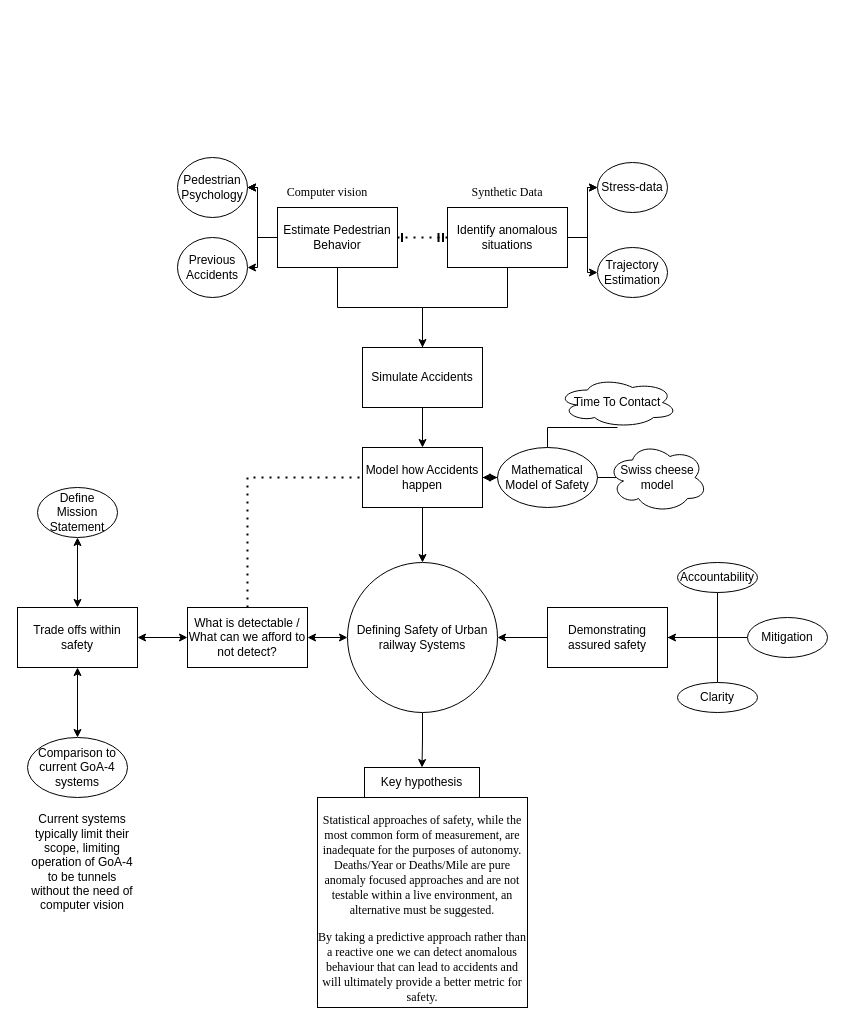
Above: Untitled Diagram.drawio in TortoiseFather/SimpleRailwaySim (draw.io), before the change. Source tidied: cells renumbered, new cells numbered last; positions are measured from the earlier drawing's top-left corner, leaving out a move shared by most shapes. Both pictures are drawn from the tidied source at 100%, with x=0, y=0 at pixel (17, 157).
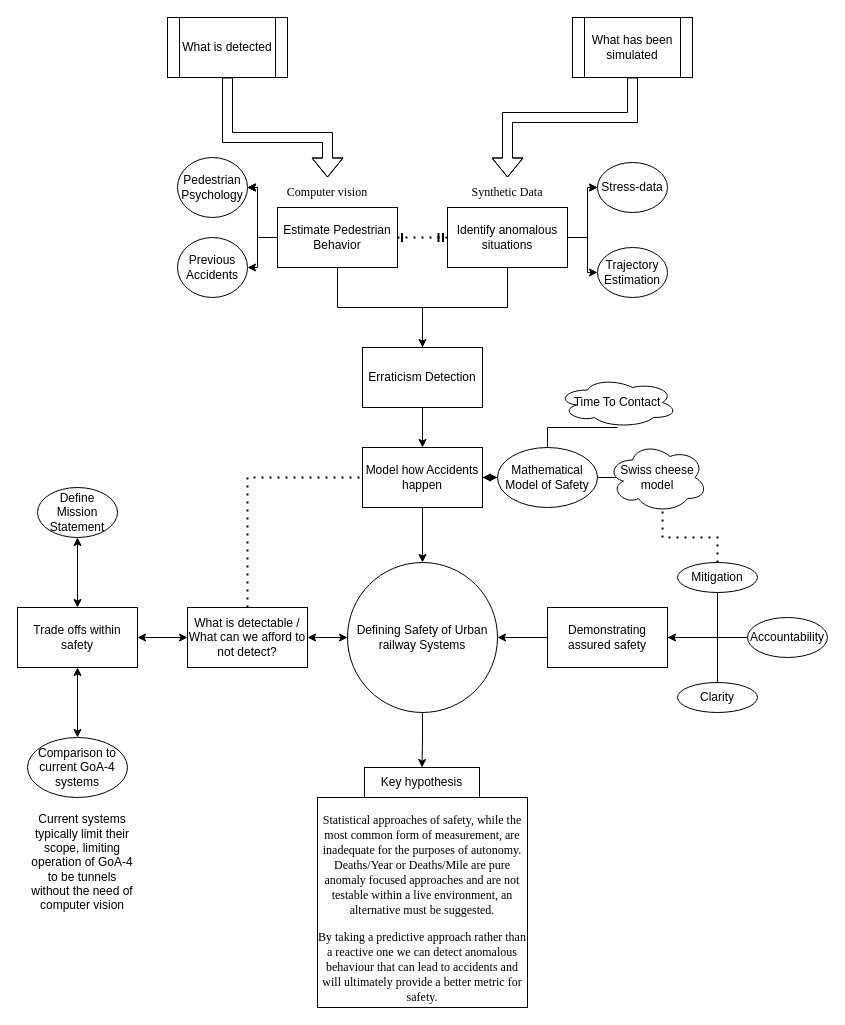
After the change.

The change refers to these unchanged cells:
```xml
<mxCell id="27" value="&lt;div&gt;Swiss cheese&lt;/div&gt;&lt;div&gt;model&lt;br&gt;&lt;/div&gt;" style="ellipse;shape=cloud;whiteSpace=wrap;html=1;" parent="1" vertex="1">
  <mxGeometry x="590" y="285" width="100" height="70" as="geometry" />
</mxCell>
<mxCell id="44" value="&lt;font face=&quot;Times New Roman&quot;&gt;Computer vision&lt;/font&gt;" style="text;html=1;strokeColor=none;fillColor=none;align=center;verticalAlign=middle;whiteSpace=wrap;rounded=0;" parent="1" vertex="1">
  <mxGeometry x="250" y="20" width="120" height="30" as="geometry" />
</mxCell>
<mxCell id="45" value="&lt;font face=&quot;Times New Roman&quot;&gt;Synthetic Data&lt;br&gt;&lt;/font&gt;" style="text;html=1;strokeColor=none;fillColor=none;align=center;verticalAlign=middle;whiteSpace=wrap;rounded=0;" parent="1" vertex="1">
  <mxGeometry x="430" y="20" width="120" height="30" as="geometry" />
</mxCell>
```

Diff of the diagram source:
```diff
@@
-    <mxCell id="12" value="Simulate Accidents" style="whiteSpace=wrap;html=1;" parent="1" vertex="1">
+    <mxCell id="12" value="Erraticism Detection" style="whiteSpace=wrap;html=1;" parent="1" vertex="1">
       <mxGeometry x="345" y="190" width="120" height="60" as="geometry" />
     </mxCell>
@@
-    <mxCell id="40" value="Accountability" style="ellipse;whiteSpace=wrap;html=1;" parent="1" vertex="1">
+    <mxCell id="40" value="Mitigation" style="ellipse;whiteSpace=wrap;html=1;" parent="1" vertex="1">
       <mxGeometry x="660" y="405" width="80" height="30" as="geometry" />
     </mxCell>
-    <mxCell id="41" value="Mitigation" style="ellipse;whiteSpace=wrap;html=1;" parent="1" vertex="1">
+    <mxCell id="41" value="Accountability" style="ellipse;whiteSpace=wrap;html=1;" parent="1" vertex="1">
       <mxGeometry x="730" y="460" width="80" height="40" as="geometry" />
     </mxCell>
@@
+    <mxCell id="52" style="endArrow=none;dashed=1;html=1;dashPattern=1 3;strokeWidth=2;rounded=0;entryX=0.55;entryY=0.95;entryDx=0;entryDy=0;entryPerimeter=0;exitX=0.5;exitY=0;exitDx=0;exitDy=0;" parent="1" edge="1" source="40" target="27">
+      <mxGeometry relative="1" as="geometry">
+        <Array as="points">
+          <mxPoint x="700" y="380" />
+          <mxPoint x="645" y="380" />
+        </Array>
+      </mxGeometry>
+    </mxCell>
+    <mxCell id="53" value="What is detected" style="shape=process;whiteSpace=wrap;html=1;backgroundOutline=1;" parent="1" vertex="1">
+      <mxGeometry x="150" y="-140" width="120" height="60" as="geometry" />
+    </mxCell>
+    <mxCell id="54" style="shape=flexArrow;endArrow=classic;html=1;rounded=0;exitX=0.5;exitY=1;exitDx=0;exitDy=0;entryX=0.5;entryY=0;entryDx=0;entryDy=0;" parent="1" edge="1" source="53" target="44">
+      <mxGeometry relative="1" as="geometry">
+        <Array as="points">
+          <mxPoint x="210" y="-20" />
+          <mxPoint x="310" y="-20" />
+        </Array>
+      </mxGeometry>
+    </mxCell>
+    <mxCell id="55" value="What has been simulated" style="shape=process;whiteSpace=wrap;html=1;backgroundOutline=1;" parent="1" vertex="1">
+      <mxGeometry x="555" y="-140" width="120" height="60" as="geometry" />
+    </mxCell>
+    <mxCell id="56" style="shape=flexArrow;endArrow=classic;html=1;rounded=0;exitX=0.5;exitY=1;exitDx=0;exitDy=0;entryX=0.5;entryY=0;entryDx=0;entryDy=0;" parent="1" edge="1" source="55" target="45">
+      <mxGeometry relative="1" as="geometry">
+        <Array as="points">
+          <mxPoint x="615" y="-40" />
+          <mxPoint x="490" y="-40" />
+        </Array>
+      </mxGeometry>
+    </mxCell>
```
